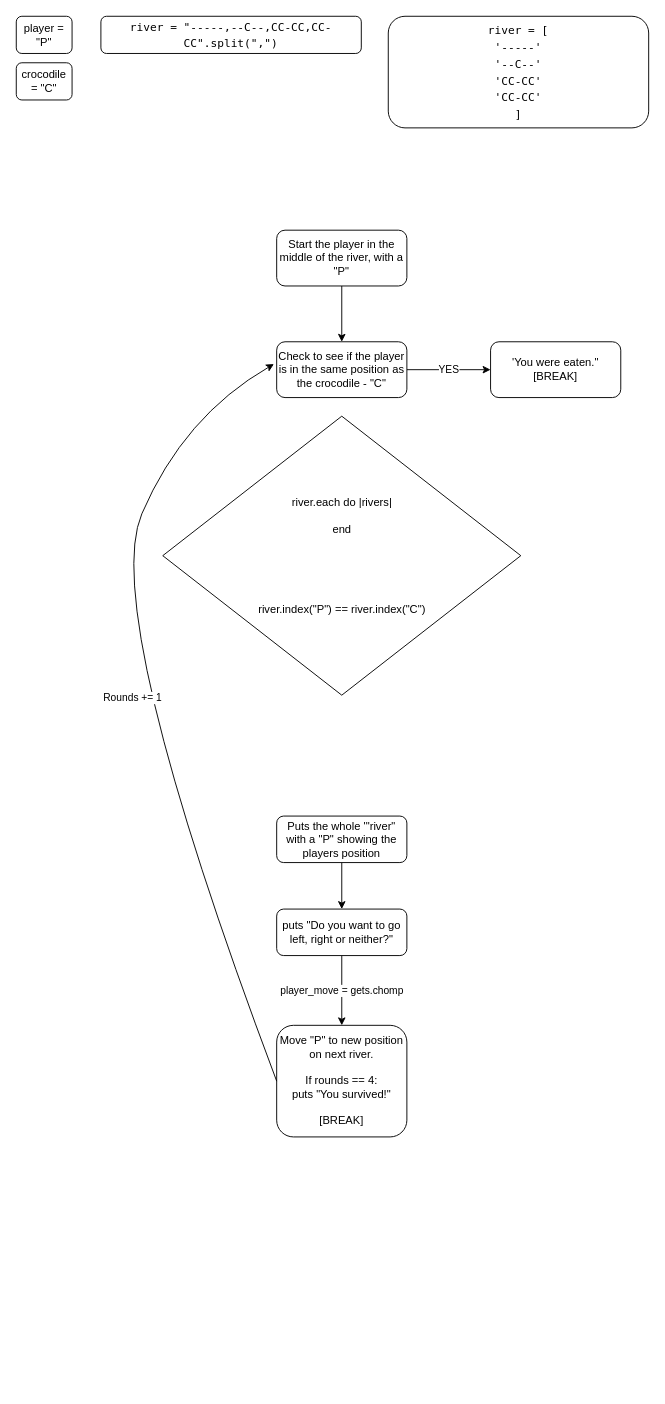
Above: Untitled Diagram.drawio in Chloeem/makers-ruby-practise (draw.io), before the change. Source tidied: cells renumbered, new cells numbered last; positions are measured from the earlier drawing's top-left corner, leaving out a move shared by most shapes. Both pictures are drawn from the tidied source at 93%, with x=0, y=0 at pixel (16, 16).
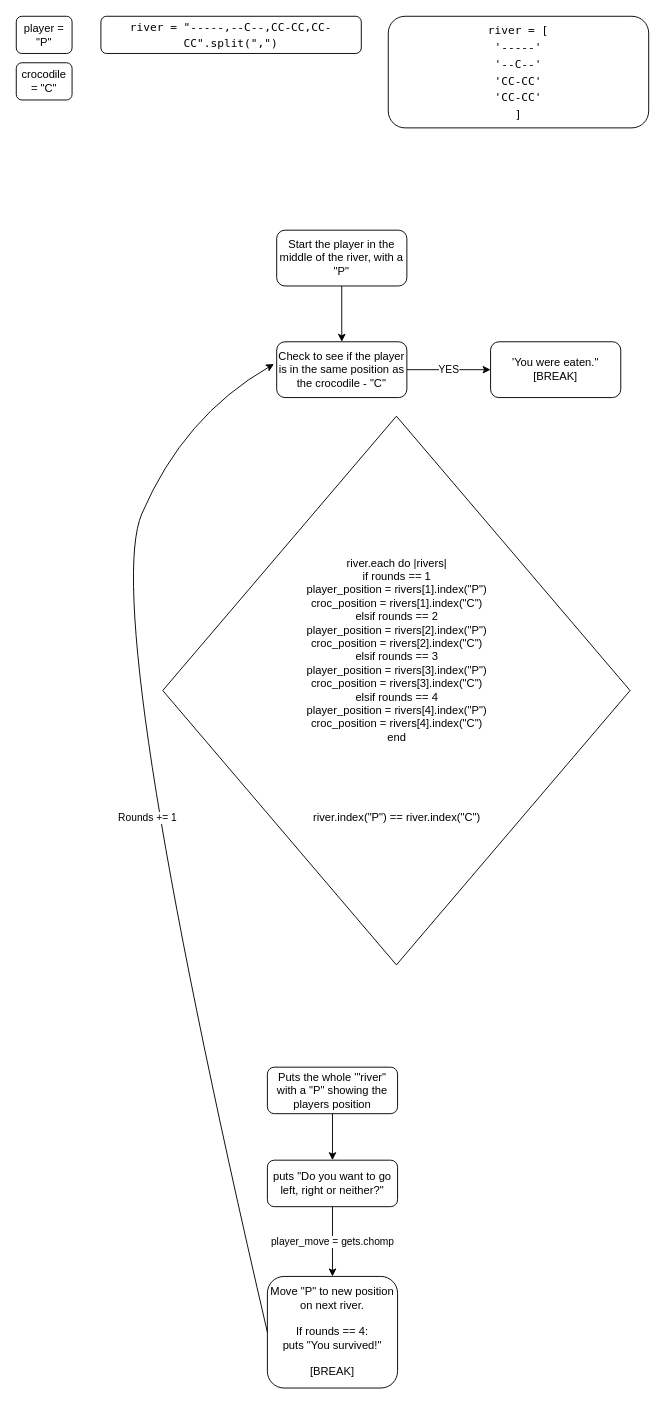
Above is the later version.

The edit, as a diff of the source:
```diff
@@
 <mxGraphModel>
   <root>
     <mxCell id="0" />
     <mxCell id="1" parent="0" />
     <mxCell id="2" style="edgeStyle=orthogonalEdgeStyle;rounded=0;jettySize=auto;html=1;exitX=0.5;exitY=1;exitDx=0;exitDy=0;entryX=0.5;entryY=0;entryDx=0;entryDy=0;" parent="1" edge="1" source="3" target="5">
       <mxGeometry relative="1" as="geometry" />
     </mxCell>
     <mxCell id="3" value="Start the player in the middle of the river, with a &quot;P&quot;" style="rounded=1;whiteSpace=wrap;html=1;fontSize=12;glass=0;strokeWidth=1;shadow=0;" parent="1" vertex="1">
       <mxGeometry x="280" y="230" width="140" height="60" as="geometry" />
     </mxCell>
     <mxCell id="4" value="YES" style="edgeStyle=orthogonalEdgeStyle;rounded=0;jettySize=auto;html=1;entryX=0;entryY=0.5;entryDx=0;entryDy=0;" parent="1" edge="1" source="5" target="6">
       <mxGeometry relative="1" as="geometry" />
     </mxCell>
     <mxCell id="5" value="Check to see if the player is in the same position as the crocodile - &quot;C&quot;" style="rounded=1;whiteSpace=wrap;html=1;fontSize=12;glass=0;strokeWidth=1;shadow=0;" parent="1" vertex="1">
       <mxGeometry x="280" y="350" width="140" height="60" as="geometry" />
     </mxCell>
     <mxCell id="6" value="'You were eaten.&quot; &lt;br&gt;[BREAK]" style="rounded=1;whiteSpace=wrap;html=1;fontSize=12;glass=0;strokeWidth=1;shadow=0;" parent="1" vertex="1">
       <mxGeometry x="510" y="350" width="140" height="60" as="geometry" />
     </mxCell>
     <mxCell id="7" style="edgeStyle=orthogonalEdgeStyle;rounded=0;jettySize=auto;html=1;" parent="1" edge="1" source="8" target="10">
       <mxGeometry relative="1" as="geometry" />
     </mxCell>
     <mxCell id="8" value="Puts the whole '&quot;river&quot; with a &quot;P&quot; showing the players position" style="rounded=1;whiteSpace=wrap;html=1;fontSize=12;glass=0;strokeWidth=1;shadow=0;" parent="1" vertex="1">
-      <mxGeometry x="280" y="860" width="140" height="50" as="geometry" />
+      <mxGeometry x="270" y="1130" width="140" height="50" as="geometry" />
     </mxCell>
     <mxCell id="9" value="player_move = gets.chomp" style="edgeStyle=orthogonalEdgeStyle;rounded=0;jettySize=auto;html=1;" parent="1" edge="1" source="10" target="11">
       <mxGeometry relative="1" as="geometry" />
     </mxCell>
     <mxCell id="10" value="puts &quot;Do you want to go left, right or neither?&quot;" style="rounded=1;whiteSpace=wrap;html=1;fontSize=12;glass=0;strokeWidth=1;shadow=0;" parent="1" vertex="1">
-      <mxGeometry x="280" y="960" width="140" height="50" as="geometry" />
+      <mxGeometry x="270" y="1230" width="140" height="50" as="geometry" />
     </mxCell>
     <mxCell id="11" value="Move &quot;P&quot; to new position on next river.&lt;br&gt;&lt;br&gt;If rounds == 4:&lt;br&gt;puts &quot;You survived!&quot;&lt;br&gt;&lt;br&gt;[BREAK]" style="rounded=1;whiteSpace=wrap;html=1;fontSize=12;glass=0;strokeWidth=1;shadow=0;" parent="1" vertex="1">
-      <mxGeometry x="280" y="1085" width="140" height="120" as="geometry" />
+      <mxGeometry x="270" y="1355" width="140" height="120" as="geometry" />
     </mxCell>
     <mxCell id="12" value="Rounds += 1" style="curved=1;endArrow=classic;html=1;exitX=0;exitY=0.5;exitDx=0;exitDy=0;entryX=-0.021;entryY=0.4;entryDx=0;entryDy=0;entryPerimeter=0;" parent="1" edge="1" source="11" target="5">
       <mxGeometry relative="1" as="geometry">
         <Array as="points">
           <mxPoint x="90" y="640" />
           <mxPoint x="180" y="430" />
         </Array>
       </mxGeometry>
     </mxCell>
     <mxCell id="13" value="player = &quot;P&quot;" style="rounded=1;whiteSpace=wrap;html=1;" parent="1" vertex="1">
       <mxGeometry width="60" height="40" as="geometry" />
     </mxCell>
     <mxCell id="14" value="crocodile = &quot;C&quot;" style="rounded=1;whiteSpace=wrap;html=1;" parent="1" vertex="1">
       <mxGeometry y="50" width="60" height="40" as="geometry" />
     </mxCell>
-    <mxCell id="15" value="river.each do |rivers|&lt;br&gt;&lt;br&gt;end&lt;br&gt;&lt;br&gt;&lt;br&gt;&lt;br&gt;&lt;br&gt;&lt;br&gt;river.index(&quot;P&quot;) == river.index(&quot;C&quot;)" style="rhombus;whiteSpace=wrap;html=1;" parent="1" vertex="1">
-      <mxGeometry x="157.5" y="430" width="385" height="300" as="geometry" />
+    <mxCell id="15" value="river.each do |rivers|&lt;br&gt;if rounds == 1&lt;br&gt;player_position = rivers[1].index(&quot;P&quot;)&lt;br&gt;croc_position = rivers[1].index(&quot;C&quot;)&lt;br&gt;elsif rounds == 2&lt;br&gt;player_position = rivers[2].index(&quot;P&quot;)&lt;br&gt;croc_position = rivers[2].index(&quot;C&quot;)&lt;br&gt;elsif rounds == 3&lt;br&gt;player_position = rivers[3].index(&quot;P&quot;)&lt;br&gt;croc_position = rivers[3].index(&quot;C&quot;)&lt;br&gt;elsif rounds == 4&lt;br&gt;player_position = rivers[4].index(&quot;P&quot;)&lt;br&gt;croc_position = rivers[4].index(&quot;C&quot;)&lt;br&gt;end&lt;br&gt;&lt;br&gt;&lt;br&gt;&lt;br&gt;&lt;br&gt;&lt;br&gt;river.index(&quot;P&quot;) == river.index(&quot;C&quot;)" style="rhombus;whiteSpace=wrap;html=1;" parent="1" vertex="1">
+      <mxGeometry x="157.5" y="430" width="502.5" height="590" as="geometry" />
     </mxCell>
     <mxCell id="16" value="&lt;div style=&quot;font-family: &amp;#34;menlo&amp;#34; , &amp;#34;monaco&amp;#34; , &amp;#34;courier new&amp;#34; , monospace ; line-height: 18px&quot;&gt;&lt;span style=&quot;background-color: rgb(255 , 255 , 255)&quot;&gt;river = &quot;-----,--C--,CC-CC,CC-CC&quot;.split(&quot;,&quot;)&lt;/span&gt;&lt;/div&gt;" style="rounded=1;whiteSpace=wrap;html=1;fillColor=#FFFFFF;" parent="1" vertex="1">
       <mxGeometry x="91" width="280" height="40" as="geometry" />
     </mxCell>
     <mxCell id="17" value="&lt;div style=&quot;font-family: &amp;#34;menlo&amp;#34; , &amp;#34;monaco&amp;#34; , &amp;#34;courier new&amp;#34; , monospace ; line-height: 18px&quot;&gt;&lt;span style=&quot;background-color: rgb(255 , 255 , 255)&quot;&gt;river = [&lt;/span&gt;&lt;/div&gt;&lt;div style=&quot;font-family: &amp;#34;menlo&amp;#34; , &amp;#34;monaco&amp;#34; , &amp;#34;courier new&amp;#34; , monospace ; line-height: 18px&quot;&gt;&lt;span style=&quot;background-color: rgb(255 , 255 , 255)&quot;&gt;&amp;nbsp;'-----'&amp;nbsp;&lt;/span&gt;&lt;/div&gt;&lt;div style=&quot;font-family: &amp;#34;menlo&amp;#34; , &amp;#34;monaco&amp;#34; , &amp;#34;courier new&amp;#34; , monospace ; line-height: 18px&quot;&gt;&lt;span style=&quot;background-color: rgb(255 , 255 , 255)&quot;&gt;'--C--'&lt;/span&gt;&lt;/div&gt;&lt;div style=&quot;font-family: &amp;#34;menlo&amp;#34; , &amp;#34;monaco&amp;#34; , &amp;#34;courier new&amp;#34; , monospace ; line-height: 18px&quot;&gt;&lt;span style=&quot;background-color: rgb(255 , 255 , 255)&quot;&gt;&amp;nbsp;'CC-CC'&amp;nbsp;&lt;/span&gt;&lt;/div&gt;&lt;div style=&quot;font-family: &amp;#34;menlo&amp;#34; , &amp;#34;monaco&amp;#34; , &amp;#34;courier new&amp;#34; , monospace ; line-height: 18px&quot;&gt;&lt;span style=&quot;background-color: rgb(255 , 255 , 255)&quot;&gt;'CC-CC'&lt;/span&gt;&lt;/div&gt;&lt;div style=&quot;font-family: &amp;#34;menlo&amp;#34; , &amp;#34;monaco&amp;#34; , &amp;#34;courier new&amp;#34; , monospace ; line-height: 18px&quot;&gt;&lt;span style=&quot;background-color: rgb(255 , 255 , 255)&quot;&gt;]&lt;/span&gt;&lt;/div&gt;" style="rounded=1;whiteSpace=wrap;html=1;fillColor=#FFFFFF;" parent="1" vertex="1">
       <mxGeometry x="400" width="280" height="120" as="geometry" />
     </mxCell>
   </root>
 </mxGraphModel>
```
